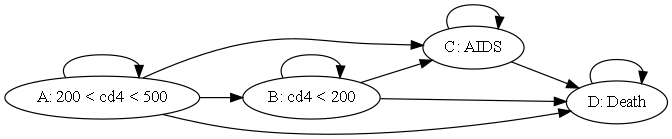
Earlier version of the Graphviz export vignettes/mono.png (ajsims1704/rdecision). Its source is kept beside it as vignettes/mono.gv.
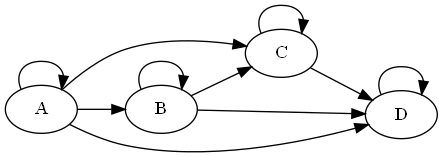
After the change.

The edit, as a diff of the source:
```diff
@@ -1,14 +1,14 @@
 digraph rdecision {
   size="7,7" ;
   rankdir=LR ;
-   "A: 200 < cd4 < 500" -> "A: 200 < cd4 < 500"  ;
-   "A: 200 < cd4 < 500" -> "B: cd4 < 200"  ;
-   "A: 200 < cd4 < 500" -> "C: AIDS"  ;
-   "A: 200 < cd4 < 500" -> "D: Death"  ;
-   "B: cd4 < 200" -> "B: cd4 < 200"  ;
-   "B: cd4 < 200" -> "C: AIDS"  ;
-   "B: cd4 < 200" -> "D: Death"  ;
-   "C: AIDS" -> "C: AIDS"  ;
-   "C: AIDS" -> "D: Death"  ;
-   "D: Death" -> "D: Death"  ;
+   "A" -> "A"  ;
+   "A" -> "B"  ;
+   "A" -> "C"  ;
+   "A" -> "D"  ;
+   "B" -> "B"  ;
+   "B" -> "C"  ;
+   "B" -> "D"  ;
+   "C" -> "C"  ;
+   "C" -> "D"  ;
+   "D" -> "D"  ;
 }
```
